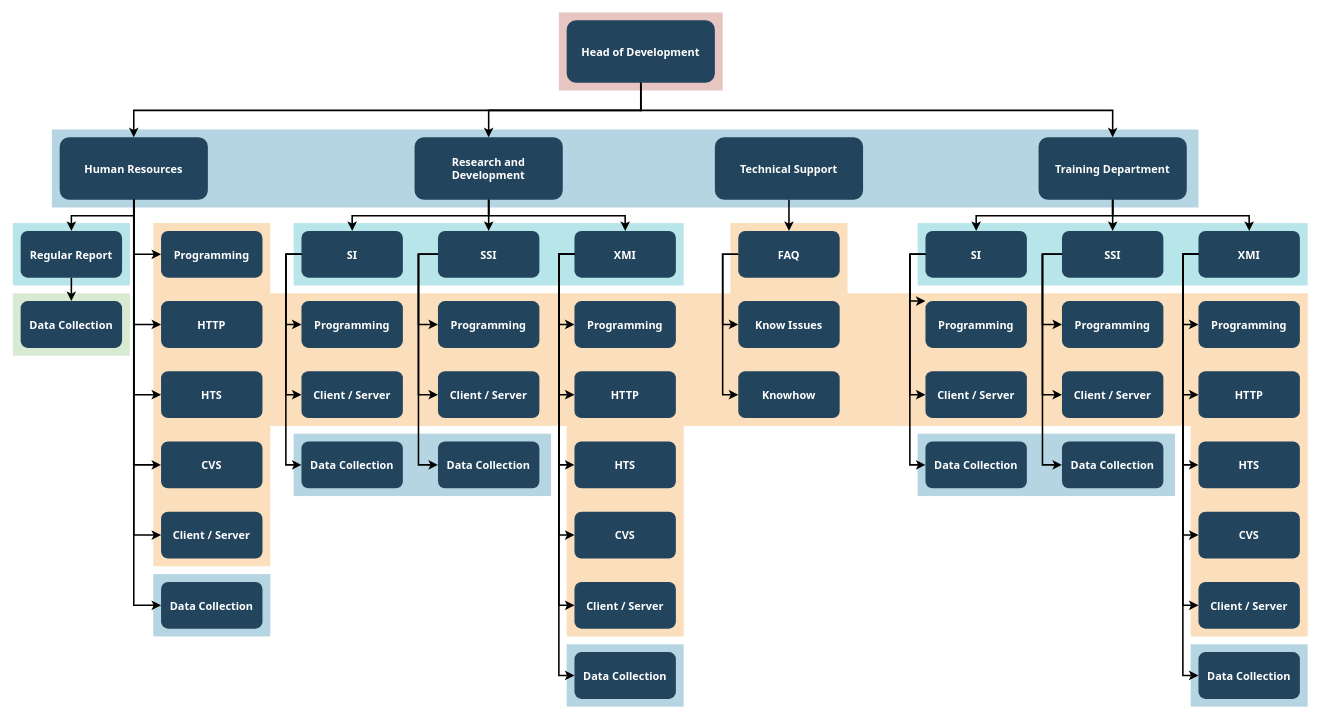
Earlier version of the draw.io diagram SmartBiz-ERD.drawio (Sandeep-Webnexus/SmartBiz-Sandeep). Source tidied: cells renumbered, new cells numbered last; positions are measured from the earlier drawing's top-left corner, leaving out a move shared by most shapes. Both pictures are drawn from the tidied source at 78%, with x=0, y=0 at pixel (12, 12).
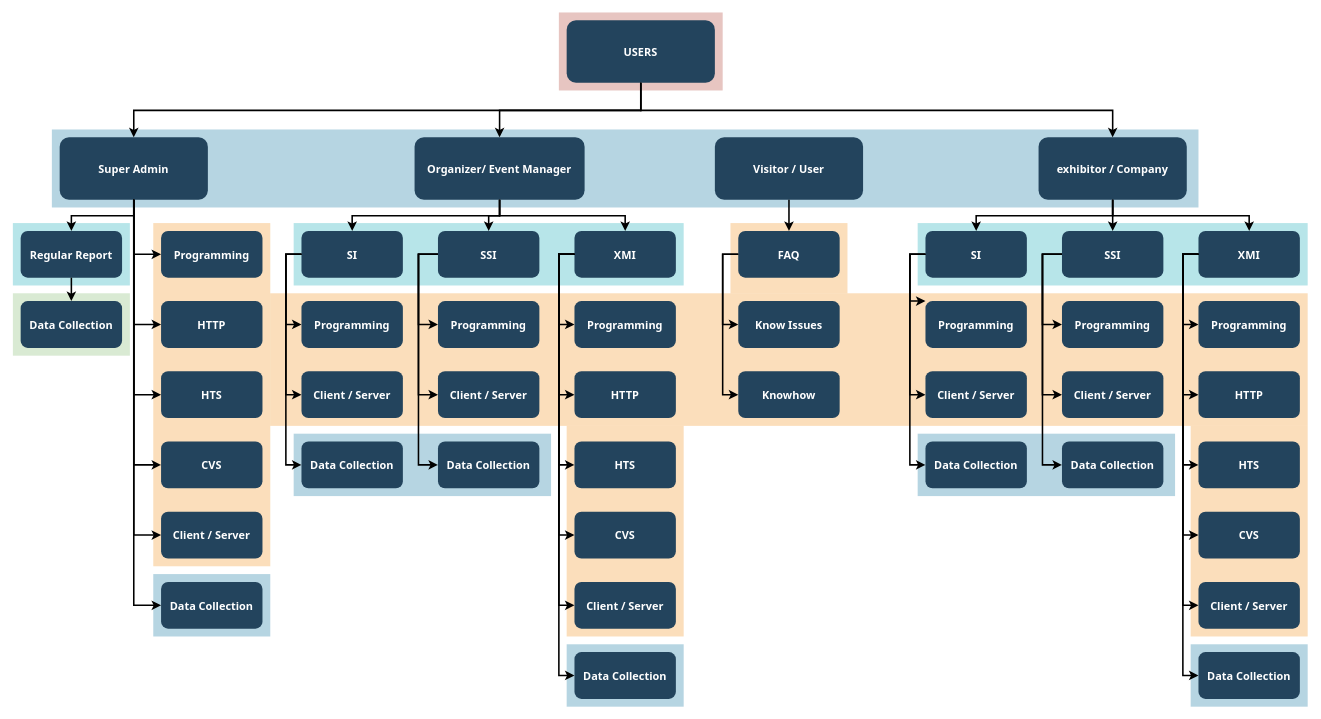
The same page after the edit.

The edit, as a diff of the source:
```diff
@@
-    <mxCell id="18" value="Head of Development" style="rounded=1;fillColor=#23445D;gradientColor=none;strokeColor=none;fontColor=#FFFFFF;fontStyle=1;fontFamily=Tahoma;fontSize=14;" parent="1" vertex="1">
+    <mxCell id="18" value="USERS" style="rounded=1;fillColor=#23445D;gradientColor=none;strokeColor=none;fontColor=#FFFFFF;fontStyle=1;fontFamily=Tahoma;fontSize=14;" parent="1" vertex="1">
       <mxGeometry x="710" y="9.5" width="190" height="80" as="geometry" />
     </mxCell>
-    <mxCell id="19" value="Training Department" style="rounded=1;fillColor=#23445D;gradientColor=none;strokeColor=none;fontColor=#FFFFFF;fontStyle=1;fontFamily=Tahoma;fontSize=14;" parent="1" vertex="1">
+    <mxCell id="19" value="exhibitor / Company" style="rounded=1;fillColor=#23445D;gradientColor=none;strokeColor=none;fontColor=#FFFFFF;fontStyle=1;fontFamily=Tahoma;fontSize=14;" parent="1" vertex="1">
       <mxGeometry x="1315" y="159.5" width="190" height="80" as="geometry" />
     </mxCell>
@@
-    <mxCell id="21" value="Technical Support" style="rounded=1;fillColor=#23445D;gradientColor=none;strokeColor=none;fontColor=#FFFFFF;fontStyle=1;fontFamily=Tahoma;fontSize=14;" parent="1" vertex="1">
+    <mxCell id="21" value="Visitor / User" style="rounded=1;fillColor=#23445D;gradientColor=none;strokeColor=none;fontColor=#FFFFFF;fontStyle=1;fontFamily=Tahoma;fontSize=14;" parent="1" vertex="1">
       <mxGeometry x="900" y="159.5" width="190" height="80" as="geometry" />
     </mxCell>
-    <mxCell id="22" value="Research and &#10;Development" style="rounded=1;fillColor=#23445D;gradientColor=none;strokeColor=none;fontColor=#FFFFFF;fontStyle=1;fontFamily=Tahoma;fontSize=14;" parent="1" vertex="1">
-      <mxGeometry x="515" y="159.5" width="190" height="80" as="geometry" />
+    <mxCell id="22" value="Organizer/ Event Manager" style="rounded=1;fillColor=#23445D;gradientColor=none;strokeColor=none;fontColor=#FFFFFF;fontStyle=1;fontFamily=Tahoma;fontSize=14;" parent="1" vertex="1">
+      <mxGeometry x="515" y="159.5" width="218" height="80" as="geometry" />
     </mxCell>
-    <mxCell id="23" value="Human Resources" style="rounded=1;fillColor=#23445D;gradientColor=none;strokeColor=none;fontColor=#FFFFFF;fontStyle=1;fontFamily=Tahoma;fontSize=14;" parent="1" vertex="1">
+    <mxCell id="23" value="Super Admin" style="rounded=1;fillColor=#23445D;gradientColor=none;strokeColor=none;fontColor=#FFFFFF;fontStyle=1;fontFamily=Tahoma;fontSize=14;" parent="1" vertex="1">
       <mxGeometry x="60" y="159.5" width="190" height="80" as="geometry" />
     </mxCell>
```
